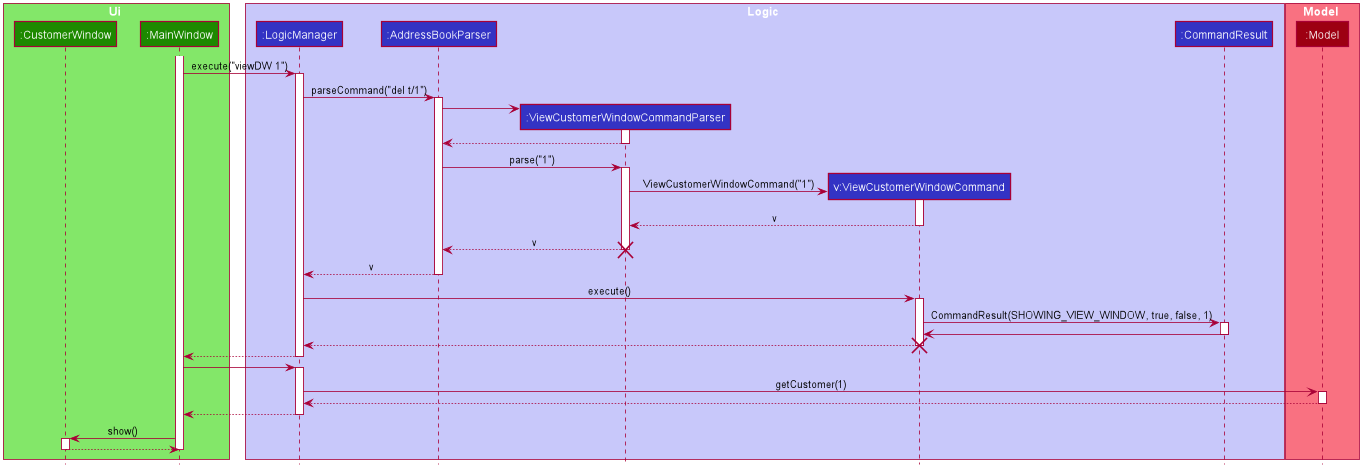
Before: docs/images/ViewCustomerWindowSequenceDiagram.png, a diagram exported from PlantUML (AY1920S1-CS2103-F14-4/main).
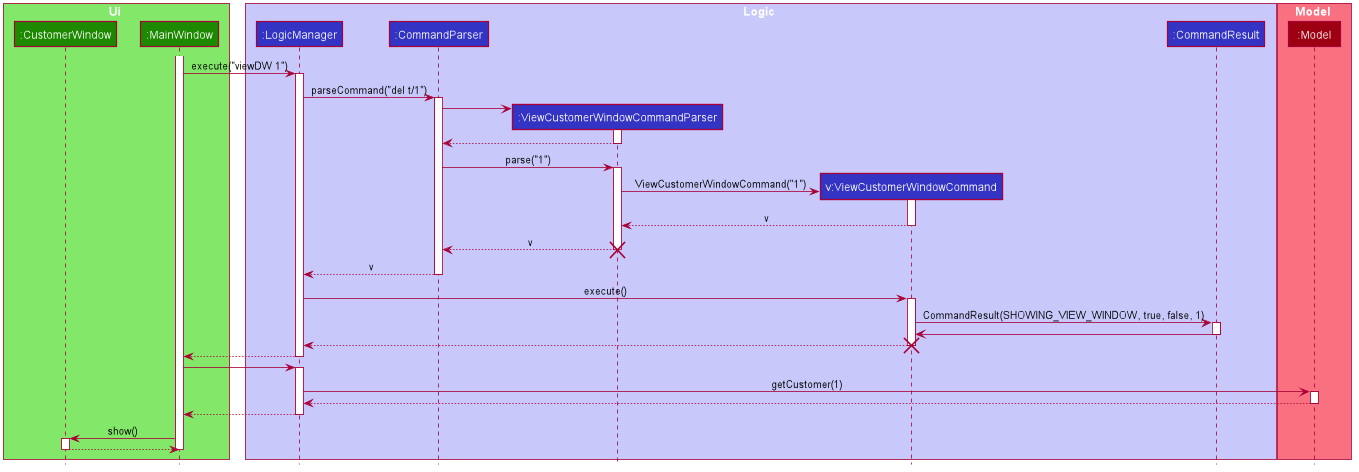
After the change.

Diff of the diagram source:
```diff
@@ -58,7 +58,7 @@
 
 box Logic #C8C8FA
 participant ":LogicManager" as LogicManager #3333C4
-participant ":AddressBookParser" as AddressBookParser #3333C4
+participant ":CommandParser" as CommandParser #3333C4
 participant ":ViewCustomerWindowCommandParser" as ViewCustomerWindowCommandParser #3333C4
 participant "v:ViewCustomerWindowCommand" as ViewCustomerWindowCommand #3333C4
 participant ":CommandResult" as CommandResult #3333C4
@@ -72,17 +72,17 @@
 MainWindow -> LogicManager : execute("viewDW 1")
 activate LogicManager
 
-LogicManager -> AddressBookParser : parseCommand("del t/1")
-activate AddressBookParser
+LogicManager -> CommandParser : parseCommand("del t/1")
+activate CommandParser
 
 create ViewCustomerWindowCommandParser
-AddressBookParser -> ViewCustomerWindowCommandParser
+CommandParser -> ViewCustomerWindowCommandParser
 activate ViewCustomerWindowCommandParser
 
-ViewCustomerWindowCommandParser --> AddressBookParser
+ViewCustomerWindowCommandParser --> CommandParser
 deactivate ViewCustomerWindowCommandParser
 
-AddressBookParser -> ViewCustomerWindowCommandParser : parse("1")
+CommandParser -> ViewCustomerWindowCommandParser : parse("1")
 activate ViewCustomerWindowCommandParser
 
 create ViewCustomerWindowCommand
@@ -92,11 +92,11 @@
 ViewCustomerWindowCommand --> ViewCustomerWindowCommandParser: v
 deactivate ViewCustomerWindowCommand
 
-ViewCustomerWindowCommandParser --> AddressBookParser : v
+ViewCustomerWindowCommandParser --> CommandParser : v
 destroy ViewCustomerWindowCommandParser
 
-AddressBookParser --> LogicManager : v
-deactivate AddressBookParser
+CommandParser --> LogicManager : v
+deactivate CommandParser
 
 LogicManager -> ViewCustomerWindowCommand : execute()
 activate ViewCustomerWindowCommand
```
